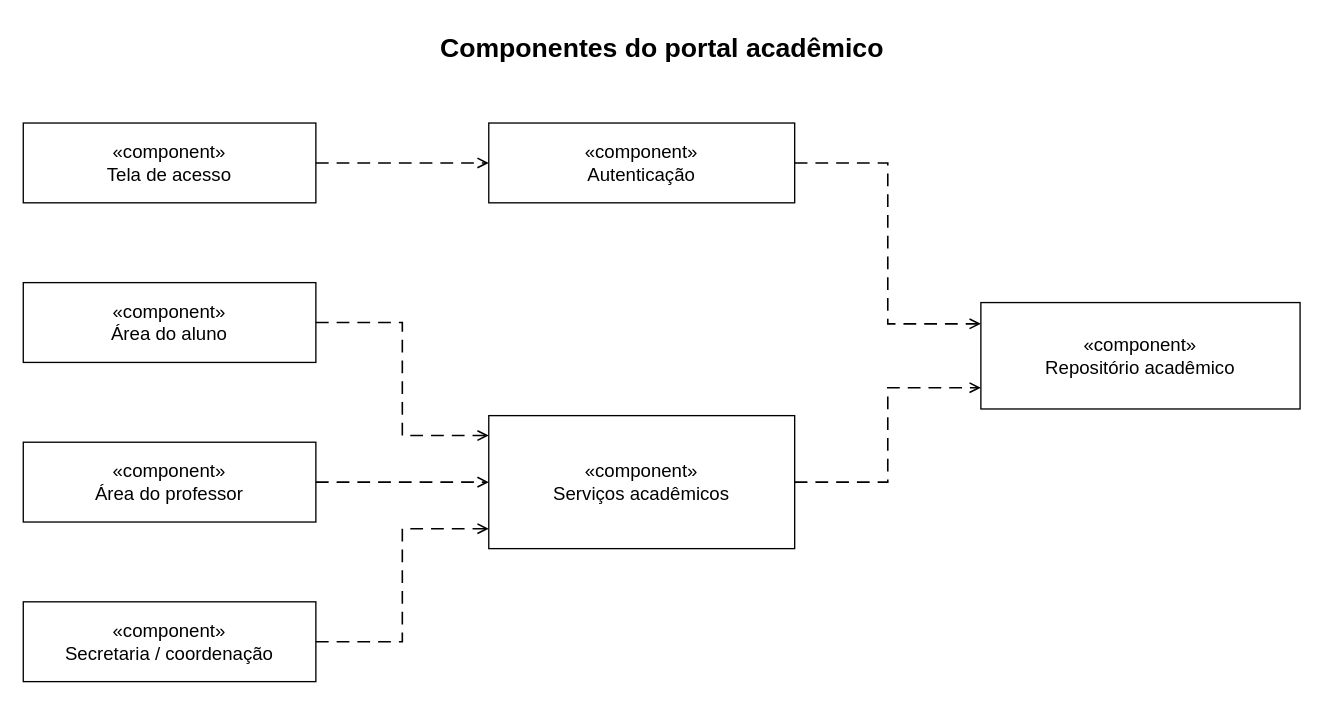
Above: diagramas/componentes/telas-e-servicos.drawio in samunovasideias/pp1-site-faculdade-uml (draw.io), before the change. Source tidied: cells renumbered, new cells numbered last; positions are measured from the earlier drawing's top-left corner, leaving out a move shared by most shapes. Both pictures are drawn from the tidied source at 133%, with x=0, y=0 at pixel (23, 23).
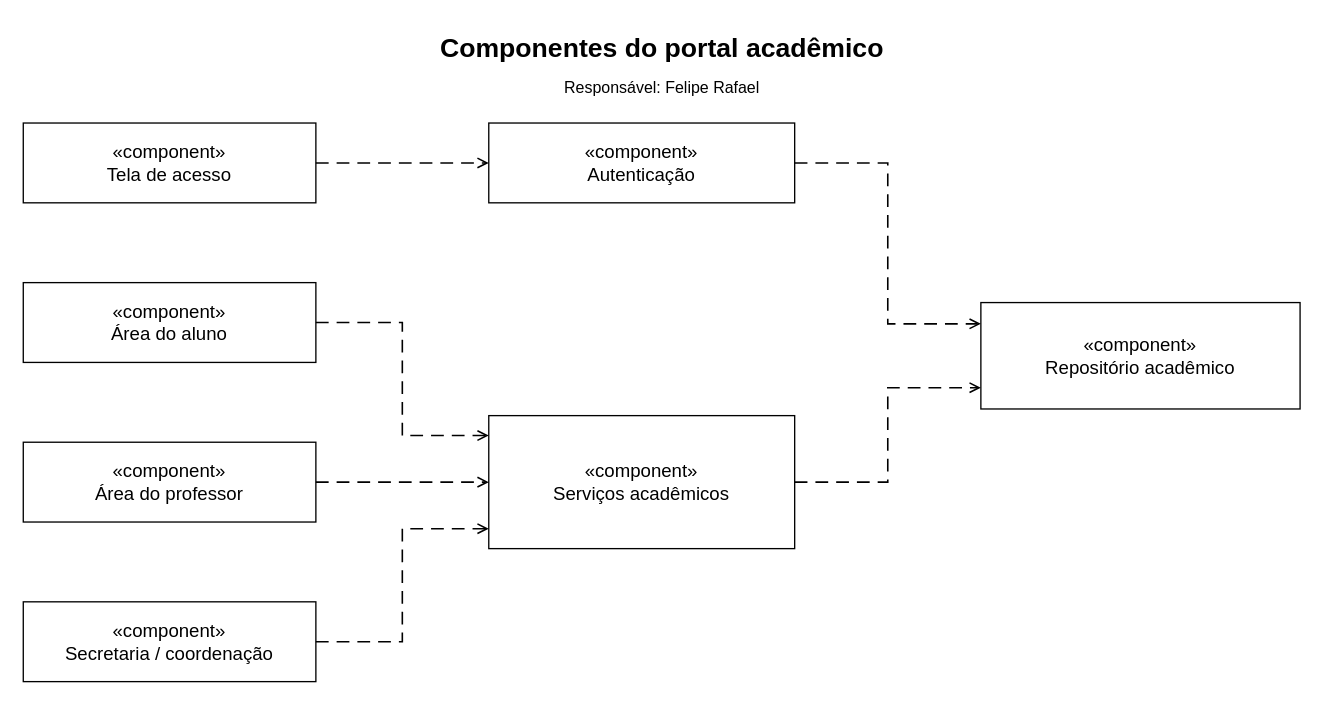
The same diagram, later.

What changed in the source:
```diff
@@
 <mxGraphModel>
   <root>
     <mxCell id="0" />
     <mxCell id="1" parent="0" />
     <mxCell id="2" value="Componentes do portal acadêmico" style="text;html=1;strokeColor=none;fillColor=none;align=center;verticalAlign=middle;fontFamily=Arial;fontSize=20;fontStyle=1;fontColor=#000000;" parent="1" vertex="1">
       <mxGeometry x="200" width="560" height="35" as="geometry" />
     </mxCell>
     <mxCell id="3" value="«component»&lt;br&gt;Tela de acesso" style="rounded=0;whiteSpace=wrap;html=1;fillColor=#FFFFFF;strokeColor=#000000;fontColor=#000000;fontFamily=Arial;fontSize=14;" parent="1" vertex="1">
       <mxGeometry y="75" width="220" height="60" as="geometry" />
     </mxCell>
     <mxCell id="4" value="«component»&lt;br&gt;Área do aluno" style="rounded=0;whiteSpace=wrap;html=1;fillColor=#FFFFFF;strokeColor=#000000;fontColor=#000000;fontFamily=Arial;fontSize=14;" parent="1" vertex="1">
       <mxGeometry y="195" width="220" height="60" as="geometry" />
     </mxCell>
     <mxCell id="5" value="«component»&lt;br&gt;Área do professor" style="rounded=0;whiteSpace=wrap;html=1;fillColor=#FFFFFF;strokeColor=#000000;fontColor=#000000;fontFamily=Arial;fontSize=14;" parent="1" vertex="1">
       <mxGeometry y="315" width="220" height="60" as="geometry" />
     </mxCell>
     <mxCell id="6" value="«component»&lt;br&gt;Secretaria / coordenação" style="rounded=0;whiteSpace=wrap;html=1;fillColor=#FFFFFF;strokeColor=#000000;fontColor=#000000;fontFamily=Arial;fontSize=14;" parent="1" vertex="1">
       <mxGeometry y="435" width="220" height="60" as="geometry" />
     </mxCell>
     <mxCell id="7" value="«component»&lt;br&gt;Autenticação" style="rounded=0;whiteSpace=wrap;html=1;fillColor=#FFFFFF;strokeColor=#000000;fontColor=#000000;fontFamily=Arial;fontSize=14;" parent="1" vertex="1">
       <mxGeometry x="350" y="75" width="230" height="60" as="geometry" />
     </mxCell>
     <mxCell id="8" value="«component»&lt;br&gt;Serviços acadêmicos" style="rounded=0;whiteSpace=wrap;html=1;fillColor=#FFFFFF;strokeColor=#000000;fontColor=#000000;fontFamily=Arial;fontSize=14;" parent="1" vertex="1">
       <mxGeometry x="350" y="295" width="230" height="100" as="geometry" />
     </mxCell>
     <mxCell id="9" value="«component»&lt;br&gt;Repositório acadêmico" style="rounded=0;whiteSpace=wrap;html=1;fillColor=#FFFFFF;strokeColor=#000000;fontColor=#000000;fontFamily=Arial;fontSize=14;" parent="1" vertex="1">
       <mxGeometry x="720" y="210" width="240" height="80" as="geometry" />
     </mxCell>
     <mxCell id="10" style="edgeStyle=orthogonalEdgeStyle;rounded=0;jettySize=auto;html=1;strokeColor=#000000;strokeWidth=1.2;dashed=1;dashPattern=8 5;endArrow=open;endFill=0;" parent="1" edge="1" source="3" target="7">
       <mxGeometry relative="1" as="geometry" />
     </mxCell>
     <mxCell id="11" style="edgeStyle=orthogonalEdgeStyle;rounded=0;jettySize=auto;html=1;strokeColor=#000000;strokeWidth=1.2;dashed=1;dashPattern=8 5;endArrow=open;endFill=0;exitX=1;exitY=0.5;entryX=0;entryY=0.15;" parent="1" edge="1" source="4" target="8">
       <mxGeometry relative="1" as="geometry" />
     </mxCell>
     <mxCell id="12" style="edgeStyle=orthogonalEdgeStyle;rounded=0;jettySize=auto;html=1;strokeColor=#000000;strokeWidth=1.2;dashed=1;dashPattern=8 5;endArrow=open;endFill=0;" parent="1" edge="1" source="5" target="8">
       <mxGeometry relative="1" as="geometry" />
     </mxCell>
     <mxCell id="13" style="edgeStyle=orthogonalEdgeStyle;rounded=0;jettySize=auto;html=1;strokeColor=#000000;strokeWidth=1.2;dashed=1;dashPattern=8 5;endArrow=open;endFill=0;exitX=1;exitY=0.5;entryX=0;entryY=0.85;" parent="1" edge="1" source="6" target="8">
       <mxGeometry relative="1" as="geometry" />
     </mxCell>
     <mxCell id="14" style="edgeStyle=orthogonalEdgeStyle;rounded=0;jettySize=auto;html=1;strokeColor=#000000;strokeWidth=1.2;dashed=1;dashPattern=8 5;endArrow=open;endFill=0;exitX=1;exitY=0.5;entryX=0;entryY=0.2;" parent="1" edge="1" source="7" target="9">
       <mxGeometry relative="1" as="geometry" />
     </mxCell>
     <mxCell id="15" style="edgeStyle=orthogonalEdgeStyle;rounded=0;jettySize=auto;html=1;strokeColor=#000000;strokeWidth=1.2;dashed=1;dashPattern=8 5;endArrow=open;endFill=0;exitX=1;exitY=0.5;entryX=0;entryY=0.8;" parent="1" edge="1" source="8" target="9">
       <mxGeometry relative="1" as="geometry" />
     </mxCell>
+    <mxCell id="16" value="Responsável: Felipe Rafael" style="text;html=1;strokeColor=none;fillColor=none;align=center;fontFamily=Arial;fontSize=12;" parent="1" vertex="1">
+      <mxGeometry x="230" y="35" width="500" height="22" as="geometry" />
+    </mxCell>
   </root>
 </mxGraphModel>
```
